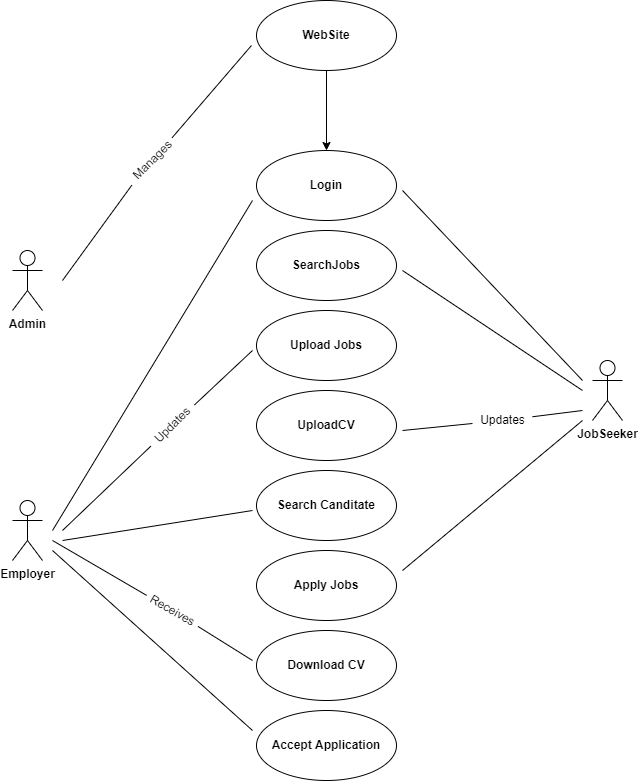
This is java-basics/02-12-2021/UML diagrams/Online Job Portal/UseCase.drawio.png from MuniswamiKokila/UST-prograd-training, a draw.io export, as it was before one commit. Source tidied: cells renumbered, new cells last; positions are measured from the earlier drawing's top-left corner, leaving out a move shared by most shapes.
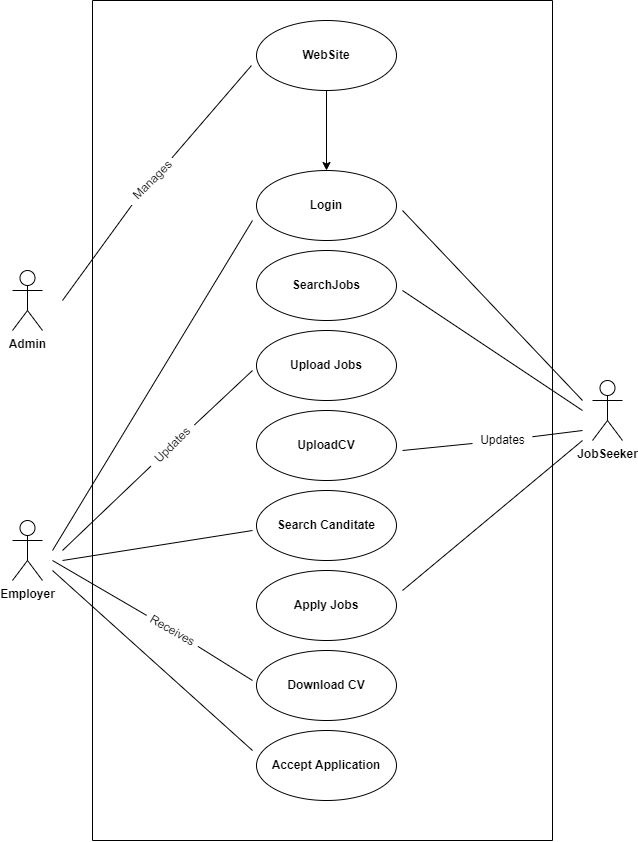
Above is the later version.

What changed in the source:
```diff
@@ -127,5 +127,29 @@
         <mxPoint x="40" y="540" as="sourcePoint" />
       </mxGeometry>
     </mxCell>
+    <mxCell id="33" style="endArrow=none;html=1;rounded=0;" parent="1" edge="1">
+      <mxGeometry relative="1" as="geometry">
+        <mxPoint x="80" y="-20" as="sourcePoint" />
+        <mxPoint x="540" y="-20" as="targetPoint" />
+      </mxGeometry>
+    </mxCell>
+    <mxCell id="34" style="endArrow=none;html=1;rounded=0;" parent="1" edge="1">
+      <mxGeometry relative="1" as="geometry">
+        <mxPoint x="80" y="820" as="sourcePoint" />
+        <mxPoint x="80" y="-20" as="targetPoint" />
+      </mxGeometry>
+    </mxCell>
+    <mxCell id="35" style="endArrow=none;html=1;rounded=0;" parent="1" edge="1">
+      <mxGeometry relative="1" as="geometry">
+        <mxPoint x="540" y="820" as="sourcePoint" />
+        <mxPoint x="540" y="-20" as="targetPoint" />
+      </mxGeometry>
+    </mxCell>
+    <mxCell id="36" style="endArrow=none;html=1;rounded=0;" parent="1" edge="1">
+      <mxGeometry relative="1" as="geometry">
+        <mxPoint x="80" y="820" as="sourcePoint" />
+        <mxPoint x="540" y="820" as="targetPoint" />
+      </mxGeometry>
+    </mxCell>
   </root>
 </mxGraphModel>
```
